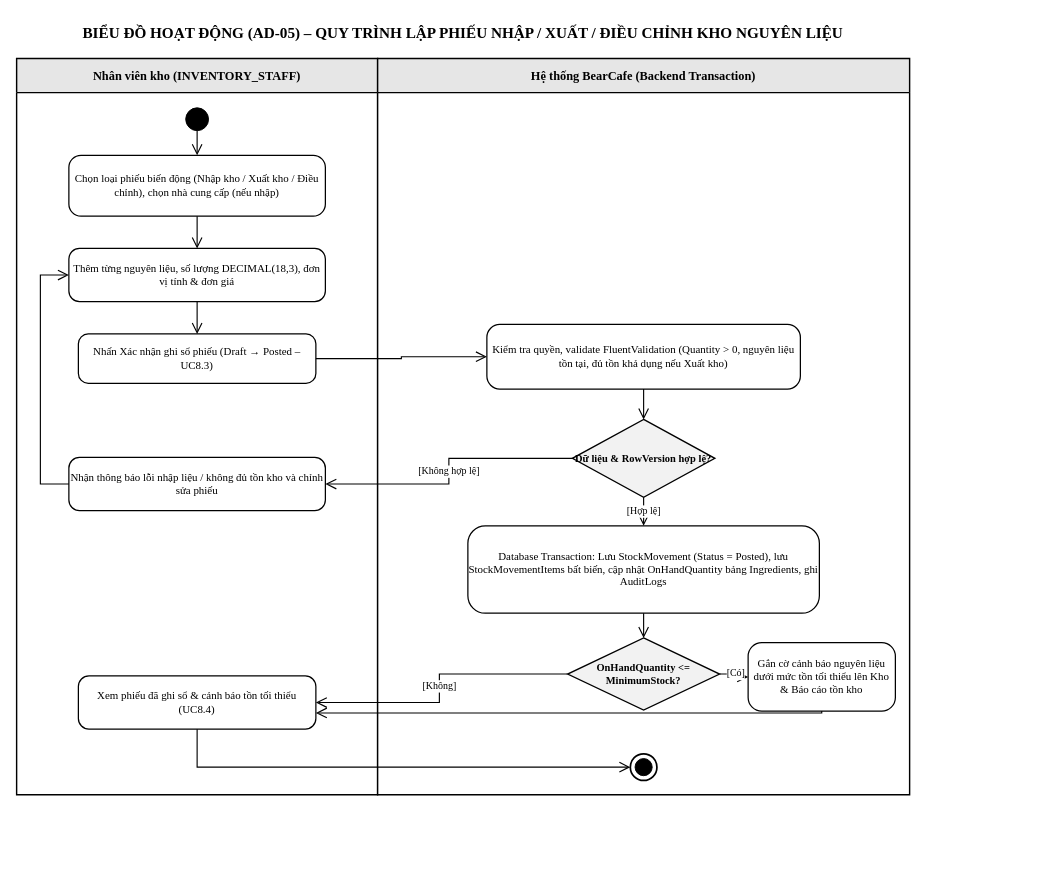
The draw.io diagram BaoCao_BearCafe/diagrams/30_Activity_NhapXuatKho.drawio in Storqh/CNPM, before the edit. Source tidied: cells renumbered, new cells numbered last; positions are measured from the earlier drawing's top-left corner, leaving out a move shared by most shapes. Both pictures are drawn from the tidied source at 95%, with x=0, y=0 at pixel (16, 16).
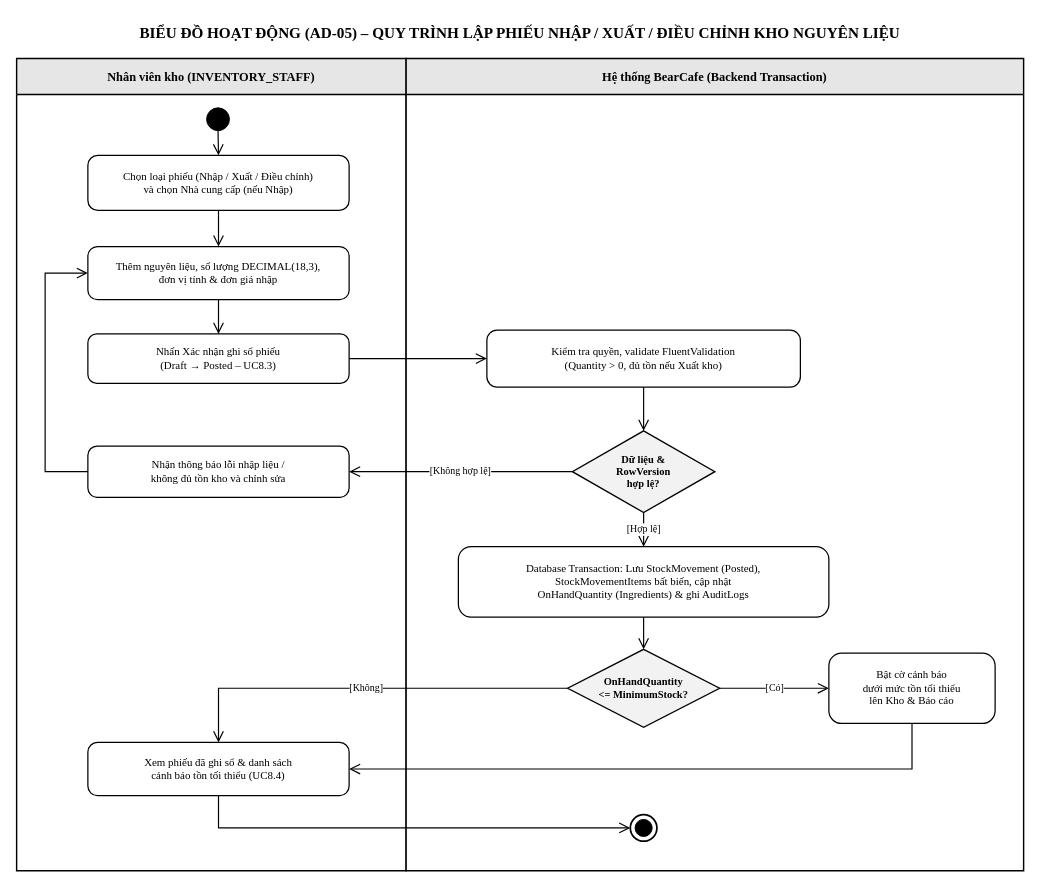
After the change.

What changed in the source:
```diff
@@
     <mxCell id="2" value="BIỂU ĐỒ HOẠT ĐỘNG (AD-05) – QUY TRÌNH LẬP PHIẾU NHẬP / XUẤT / ĐIỀU CHỈNH KHO NGUYÊN LIỆU" style="text;html=1;strokeColor=none;fillColor=none;align=center;verticalAlign=middle;whiteSpace=wrap;fontFamily=Times New Roman;fontSize=16;fontStyle=1;fontColor=#000000;" parent="1" vertex="1">
-      <mxGeometry width="940" height="34" as="geometry" />
+      <mxGeometry width="1060" height="34" as="geometry" />
     </mxCell>
-    <mxCell id="3" value="Nhân viên kho (INVENTORY_STAFF)" style="swimlane;horizontal=1;startSize=36;whiteSpace=wrap;html=1;fillColor=#E6E6E6;strokeColor=#000000;strokeWidth=1.5;fontFamily=Times New Roman;fontSize=13;fontStyle=1;fontColor=#000000;swimlaneFillColor=#FFFFFF;" parent="1" vertex="1">
-      <mxGeometry y="44" width="380" height="775" as="geometry" />
+    <mxCell id="3" value="Nhân viên kho (INVENTORY_STAFF)" style="swimlane;horizontal=1;startSize=38;whiteSpace=wrap;html=1;fillColor=#E6E6E6;strokeColor=#000000;strokeWidth=1.5;fontFamily=Times New Roman;fontSize=13;fontStyle=1;fontColor=#000000;swimlaneFillColor=#FFFFFF;" parent="1" vertex="1">
+      <mxGeometry y="44" width="410" height="855" as="geometry" />
     </mxCell>
-    <mxCell id="4" value="Hệ thống BearCafe (Backend Transaction)" style="swimlane;horizontal=1;startSize=36;whiteSpace=wrap;html=1;fillColor=#E6E6E6;strokeColor=#000000;strokeWidth=1.5;fontFamily=Times New Roman;fontSize=13;fontStyle=1;fontColor=#000000;swimlaneFillColor=#FFFFFF;" parent="1" vertex="1">
-      <mxGeometry x="380" y="44" width="560" height="775" as="geometry" />
+    <mxCell id="4" value="Hệ thống BearCafe (Backend Transaction)" style="swimlane;horizontal=1;startSize=38;whiteSpace=wrap;html=1;fillColor=#E6E6E6;strokeColor=#000000;strokeWidth=1.5;fontFamily=Times New Roman;fontSize=13;fontStyle=1;fontColor=#000000;swimlaneFillColor=#FFFFFF;" parent="1" vertex="1">
+      <mxGeometry x="410" y="44" width="650" height="855" as="geometry" />
     </mxCell>
     <mxCell id="5" style="ellipse;whiteSpace=wrap;html=1;fillColor=#000000;strokeColor=#000000;" parent="3" vertex="1">
-      <mxGeometry x="178" y="52" width="24" height="24" as="geometry" />
+      <mxGeometry x="200" y="52" width="24" height="24" as="geometry" />
     </mxCell>
-    <mxCell id="6" value="Chọn loại phiếu biến động (Nhập kho / Xuất kho / Điều chỉnh), chọn nhà cung cấp (nếu nhập)" style="rounded=1;arcSize=20;whiteSpace=wrap;html=1;fillColor=#FFFFFF;strokeColor=#000000;strokeWidth=1.3;fontFamily=Times New Roman;fontSize=11.5;fontColor=#000000;align=center;verticalAlign=middle;" parent="3" vertex="1">
-      <mxGeometry x="55" y="102" width="270" height="64" as="geometry" />
+    <mxCell id="6" value="Chọn loại phiếu (Nhập / Xuất / Điều chỉnh)&lt;br/&gt;và chọn Nhà cung cấp (nếu Nhập)" style="rounded=1;arcSize=18;whiteSpace=wrap;html=1;fillColor=#FFFFFF;strokeColor=#000000;strokeWidth=1.3;fontFamily=Times New Roman;fontSize=11.5;fontColor=#000000;align=center;verticalAlign=middle;spacing=5;" parent="3" vertex="1">
+      <mxGeometry x="75" y="102" width="275" height="58" as="geometry" />
     </mxCell>
-    <mxCell id="7" value="Thêm từng nguyên liệu, số lượng DECIMAL(18,3), đơn vị tính &amp; đơn giá" style="rounded=1;arcSize=20;whiteSpace=wrap;html=1;fillColor=#FFFFFF;strokeColor=#000000;strokeWidth=1.3;fontFamily=Times New Roman;fontSize=11.5;fontColor=#000000;align=center;verticalAlign=middle;" parent="3" vertex="1">
-      <mxGeometry x="55" y="200" width="270" height="56" as="geometry" />
+    <mxCell id="7" value="Thêm nguyên liệu, số lượng DECIMAL(18,3),&lt;br/&gt;đơn vị tính &amp;amp; đơn giá nhập" style="rounded=1;arcSize=18;whiteSpace=wrap;html=1;fillColor=#FFFFFF;strokeColor=#000000;strokeWidth=1.3;fontFamily=Times New Roman;fontSize=11.5;fontColor=#000000;align=center;verticalAlign=middle;spacing=5;" parent="3" vertex="1">
+      <mxGeometry x="75" y="198" width="275" height="56" as="geometry" />
     </mxCell>
-    <mxCell id="8" value="Nhấn Xác nhận ghi sổ phiếu (Draft → Posted – UC8.3)" style="rounded=1;arcSize=20;whiteSpace=wrap;html=1;fillColor=#FFFFFF;strokeColor=#000000;strokeWidth=1.3;fontFamily=Times New Roman;fontSize=11.5;fontColor=#000000;align=center;verticalAlign=middle;" parent="3" vertex="1">
-      <mxGeometry x="65" y="290" width="250" height="52" as="geometry" />
+    <mxCell id="8" value="Nhấn Xác nhận ghi sổ phiếu&lt;br/&gt;(Draft → Posted – UC8.3)" style="rounded=1;arcSize=18;whiteSpace=wrap;html=1;fillColor=#FFFFFF;strokeColor=#000000;strokeWidth=1.3;fontFamily=Times New Roman;fontSize=11.5;fontColor=#000000;align=center;verticalAlign=middle;spacing=5;" parent="3" vertex="1">
+      <mxGeometry x="75" y="290" width="275" height="52" as="geometry" />
     </mxCell>
-    <mxCell id="9" value="Nhận thông báo lỗi nhập liệu / không đủ tồn kho và chỉnh sửa phiếu" style="rounded=1;arcSize=20;whiteSpace=wrap;html=1;fillColor=#FFFFFF;strokeColor=#000000;strokeWidth=1.3;fontFamily=Times New Roman;fontSize=11.5;fontColor=#000000;align=center;verticalAlign=middle;" parent="3" vertex="1">
-      <mxGeometry x="55" y="420" width="270" height="56" as="geometry" />
+    <mxCell id="9" value="Nhận thông báo lỗi nhập liệu /&lt;br/&gt;không đủ tồn kho và chỉnh sửa" style="rounded=1;arcSize=18;whiteSpace=wrap;html=1;fillColor=#FFFFFF;strokeColor=#000000;strokeWidth=1.3;fontFamily=Times New Roman;fontSize=11.5;fontColor=#000000;align=center;verticalAlign=middle;spacing=5;" parent="3" vertex="1">
+      <mxGeometry x="75" y="408" width="275" height="54" as="geometry" />
     </mxCell>
-    <mxCell id="10" value="Xem phiếu đã ghi sổ &amp; cảnh báo tồn tối thiểu (UC8.4)" style="rounded=1;arcSize=20;whiteSpace=wrap;html=1;fillColor=#FFFFFF;strokeColor=#000000;strokeWidth=1.3;fontFamily=Times New Roman;fontSize=11.5;fontColor=#000000;align=center;verticalAlign=middle;" parent="3" vertex="1">
-      <mxGeometry x="65" y="650" width="250" height="56" as="geometry" />
+    <mxCell id="10" value="Xem phiếu đã ghi sổ &amp;amp; danh sách&lt;br/&gt;cảnh báo tồn tối thiểu (UC8.4)" style="rounded=1;arcSize=18;whiteSpace=wrap;html=1;fillColor=#FFFFFF;strokeColor=#000000;strokeWidth=1.3;fontFamily=Times New Roman;fontSize=11.5;fontColor=#000000;align=center;verticalAlign=middle;spacing=5;" parent="3" vertex="1">
+      <mxGeometry x="75" y="720" width="275" height="56" as="geometry" />
     </mxCell>
-    <mxCell id="11" value="Kiểm tra quyền, validate FluentValidation (Quantity &gt; 0, nguyên liệu tồn tại, đủ tồn khả dụng nếu Xuất kho)" style="rounded=1;arcSize=20;whiteSpace=wrap;html=1;fillColor=#FFFFFF;strokeColor=#000000;strokeWidth=1.3;fontFamily=Times New Roman;fontSize=11.5;fontColor=#000000;align=center;verticalAlign=middle;" parent="4" vertex="1">
-      <mxGeometry x="115" y="280" width="330" height="68" as="geometry" />
+    <mxCell id="11" value="Kiểm tra quyền, validate FluentValidation&lt;br/&gt;(Quantity &amp;gt; 0, đủ tồn nếu Xuất kho)" style="rounded=1;arcSize=18;whiteSpace=wrap;html=1;fillColor=#FFFFFF;strokeColor=#000000;strokeWidth=1.3;fontFamily=Times New Roman;fontSize=11.5;fontColor=#000000;align=center;verticalAlign=middle;spacing=5;" parent="4" vertex="1">
+      <mxGeometry x="85" y="286" width="330" height="60" as="geometry" />
     </mxCell>
-    <mxCell id="12" value="Dữ liệu &amp; RowVersion hợp lệ?" style="rhombus;whiteSpace=wrap;html=1;fillColor=#F2F2F2;strokeColor=#000000;strokeWidth=1.4;fontFamily=Times New Roman;fontSize=11;fontStyle=1;fontColor=#000000;align=center;verticalAlign=middle;" parent="4" vertex="1">
-      <mxGeometry x="205" y="380" width="150" height="82" as="geometry" />
+    <mxCell id="12" value="Dữ liệu &amp;amp;&lt;br/&gt;RowVersion&lt;br/&gt;hợp lệ?" style="rhombus;whiteSpace=wrap;html=1;fillColor=#F2F2F2;strokeColor=#000000;strokeWidth=1.4;fontFamily=Times New Roman;fontSize=11;fontStyle=1;fontColor=#000000;align=center;verticalAlign=middle;spacing=4;" parent="4" vertex="1">
+      <mxGeometry x="175" y="392" width="150" height="86" as="geometry" />
     </mxCell>
-    <mxCell id="13" value="Database Transaction: Lưu StockMovement (Status = Posted), lưu StockMovementItems bất biến, cập nhật OnHandQuantity bảng Ingredients, ghi AuditLogs" style="rounded=1;arcSize=20;whiteSpace=wrap;html=1;fillColor=#FFFFFF;strokeColor=#000000;strokeWidth=1.3;fontFamily=Times New Roman;fontSize=11.5;fontColor=#000000;align=center;verticalAlign=middle;" parent="4" vertex="1">
-      <mxGeometry x="95" y="492" width="370" height="92" as="geometry" />
+    <mxCell id="13" value="Database Transaction: Lưu StockMovement (Posted),&lt;br/&gt;StockMovementItems bất biến, cập nhật&lt;br/&gt;OnHandQuantity (Ingredients) &amp;amp; ghi AuditLogs" style="rounded=1;arcSize=18;whiteSpace=wrap;html=1;fillColor=#FFFFFF;strokeColor=#000000;strokeWidth=1.3;fontFamily=Times New Roman;fontSize=11.5;fontColor=#000000;align=center;verticalAlign=middle;spacing=5;" parent="4" vertex="1">
+      <mxGeometry x="55" y="514" width="390" height="74" as="geometry" />
     </mxCell>
-    <mxCell id="14" value="OnHandQuantity &amp;lt;= MinimumStock?" style="rhombus;whiteSpace=wrap;html=1;fillColor=#F2F2F2;strokeColor=#000000;strokeWidth=1.4;fontFamily=Times New Roman;fontSize=11;fontStyle=1;fontColor=#000000;align=center;verticalAlign=middle;" parent="4" vertex="1">
-      <mxGeometry x="200" y="610" width="160" height="76" as="geometry" />
+    <mxCell id="14" value="OnHandQuantity&lt;br/&gt;&amp;lt;= MinimumStock?" style="rhombus;whiteSpace=wrap;html=1;fillColor=#F2F2F2;strokeColor=#000000;strokeWidth=1.4;fontFamily=Times New Roman;fontSize=11;fontStyle=1;fontColor=#000000;align=center;verticalAlign=middle;spacing=4;" parent="4" vertex="1">
+      <mxGeometry x="170" y="622" width="160" height="82" as="geometry" />
     </mxCell>
-    <mxCell id="15" value="Gắn cờ cảnh báo nguyên liệu dưới mức tồn tối thiểu lên Kho &amp; Báo cáo tồn kho" style="rounded=1;arcSize=20;whiteSpace=wrap;html=1;fillColor=#FFFFFF;strokeColor=#000000;strokeWidth=1.3;fontFamily=Times New Roman;fontSize=11.5;fontColor=#000000;align=center;verticalAlign=middle;" parent="4" vertex="1">
-      <mxGeometry x="390" y="615" width="155" height="72" as="geometry" />
+    <mxCell id="15" value="Bật cờ cảnh báo&lt;br/&gt;dưới mức tồn tối thiểu&lt;br/&gt;lên Kho &amp;amp; Báo cáo" style="rounded=1;arcSize=18;whiteSpace=wrap;html=1;fillColor=#FFFFFF;strokeColor=#000000;strokeWidth=1.3;fontFamily=Times New Roman;fontSize=11.5;fontColor=#000000;align=center;verticalAlign=middle;spacing=5;" parent="4" vertex="1">
+      <mxGeometry x="445" y="626" width="175" height="74" as="geometry" />
     </mxCell>
     <mxCell id="16" style="ellipse;whiteSpace=wrap;html=1;fillColor=#FFFFFF;strokeColor=#000000;strokeWidth=1.8;" parent="4" vertex="1">
-      <mxGeometry x="266" y="732" width="28" height="28" as="geometry" />
+      <mxGeometry x="236" y="796" width="28" height="28" as="geometry" />
     </mxCell>
     <mxCell id="17" style="ellipse;whiteSpace=wrap;html=1;fillColor=#000000;strokeColor=#000000;" parent="4" vertex="1">
-      <mxGeometry x="271" y="737" width="18" height="18" as="geometry" />
+      <mxGeometry x="241" y="801" width="18" height="18" as="geometry" />
     </mxCell>
-    <mxCell id="18" style="edgeStyle=orthogonalEdgeStyle;rounded=0;jettySize=auto;html=1;endArrow=open;endSize=9;strokeColor=#000000;strokeWidth=1.2;fontFamily=Times New Roman;fontSize=10.5;fontColor=#000000;labelBackgroundColor=#FFFFFF;" parent="1" edge="1" source="5" target="6">
+    <mxCell id="18" style="edgeStyle=orthogonalEdgeStyle;rounded=0;jettySize=auto;html=1;endArrow=open;endSize=9;strokeColor=#000000;strokeWidth=1.25;fontFamily=Times New Roman;fontSize=10.5;fontColor=#000000;labelBackgroundColor=#FFFFFF;exitX=0.5;exitY=1;entryX=0.5;entryY=0;" parent="1" edge="1" source="5" target="6">
       <mxGeometry relative="1" as="geometry" />
     </mxCell>
-    <mxCell id="19" style="edgeStyle=orthogonalEdgeStyle;rounded=0;jettySize=auto;html=1;endArrow=open;endSize=9;strokeColor=#000000;strokeWidth=1.2;fontFamily=Times New Roman;fontSize=10.5;fontColor=#000000;labelBackgroundColor=#FFFFFF;" parent="1" edge="1" source="6" target="7">
+    <mxCell id="19" style="edgeStyle=orthogonalEdgeStyle;rounded=0;jettySize=auto;html=1;endArrow=open;endSize=9;strokeColor=#000000;strokeWidth=1.25;fontFamily=Times New Roman;fontSize=10.5;fontColor=#000000;labelBackgroundColor=#FFFFFF;exitX=0.5;exitY=1;entryX=0.5;entryY=0;" parent="1" edge="1" source="6" target="7">
       <mxGeometry relative="1" as="geometry" />
     </mxCell>
-    <mxCell id="20" style="edgeStyle=orthogonalEdgeStyle;rounded=0;jettySize=auto;html=1;endArrow=open;endSize=9;strokeColor=#000000;strokeWidth=1.2;fontFamily=Times New Roman;fontSize=10.5;fontColor=#000000;labelBackgroundColor=#FFFFFF;" parent="1" edge="1" source="7" target="8">
+    <mxCell id="20" style="edgeStyle=orthogonalEdgeStyle;rounded=0;jettySize=auto;html=1;endArrow=open;endSize=9;strokeColor=#000000;strokeWidth=1.25;fontFamily=Times New Roman;fontSize=10.5;fontColor=#000000;labelBackgroundColor=#FFFFFF;exitX=0.5;exitY=1;entryX=0.5;entryY=0;" parent="1" edge="1" source="7" target="8">
       <mxGeometry relative="1" as="geometry" />
     </mxCell>
-    <mxCell id="21" style="edgeStyle=orthogonalEdgeStyle;rounded=0;jettySize=auto;html=1;endArrow=open;endSize=9;strokeColor=#000000;strokeWidth=1.2;fontFamily=Times New Roman;fontSize=10.5;fontColor=#000000;labelBackgroundColor=#FFFFFF;" parent="1" edge="1" source="8" target="11">
+    <mxCell id="21" style="edgeStyle=orthogonalEdgeStyle;rounded=0;jettySize=auto;html=1;endArrow=open;endSize=9;strokeColor=#000000;strokeWidth=1.25;fontFamily=Times New Roman;fontSize=10.5;fontColor=#000000;labelBackgroundColor=#FFFFFF;exitX=1;exitY=0.5;entryX=0;entryY=0.5;" parent="1" edge="1" source="8" target="11">
       <mxGeometry relative="1" as="geometry" />
     </mxCell>
-    <mxCell id="22" style="edgeStyle=orthogonalEdgeStyle;rounded=0;jettySize=auto;html=1;endArrow=open;endSize=9;strokeColor=#000000;strokeWidth=1.2;fontFamily=Times New Roman;fontSize=10.5;fontColor=#000000;labelBackgroundColor=#FFFFFF;" parent="1" edge="1" source="11" target="12">
+    <mxCell id="22" style="edgeStyle=orthogonalEdgeStyle;rounded=0;jettySize=auto;html=1;endArrow=open;endSize=9;strokeColor=#000000;strokeWidth=1.25;fontFamily=Times New Roman;fontSize=10.5;fontColor=#000000;labelBackgroundColor=#FFFFFF;exitX=0.5;exitY=1;entryX=0.5;entryY=0;" parent="1" edge="1" source="11" target="12">
       <mxGeometry relative="1" as="geometry" />
     </mxCell>
-    <mxCell id="23" value="[Không hợp lệ]" style="edgeStyle=orthogonalEdgeStyle;rounded=0;jettySize=auto;html=1;endArrow=open;endSize=9;strokeColor=#000000;strokeWidth=1.2;fontFamily=Times New Roman;fontSize=10.5;fontColor=#000000;labelBackgroundColor=#FFFFFF;" parent="1" edge="1" source="12" target="9">
+    <mxCell id="23" value="[Không hợp lệ]" style="edgeStyle=orthogonalEdgeStyle;rounded=0;jettySize=auto;html=1;endArrow=open;endSize=9;strokeColor=#000000;strokeWidth=1.25;fontFamily=Times New Roman;fontSize=10.5;fontColor=#000000;labelBackgroundColor=#FFFFFF;exitX=0;exitY=0.5;entryX=1;entryY=0.5;" parent="1" edge="1" source="12" target="9">
       <mxGeometry relative="1" as="geometry" />
     </mxCell>
-    <mxCell id="24" style="edgeStyle=orthogonalEdgeStyle;rounded=0;jettySize=auto;html=1;endArrow=open;endSize=9;strokeColor=#000000;strokeWidth=1.2;fontFamily=Times New Roman;fontSize=10.5;fontColor=#000000;labelBackgroundColor=#FFFFFF;" parent="1" edge="1" source="9" target="7">
+    <mxCell id="24" style="edgeStyle=orthogonalEdgeStyle;rounded=0;jettySize=auto;html=1;endArrow=open;endSize=9;strokeColor=#000000;strokeWidth=1.25;fontFamily=Times New Roman;fontSize=10.5;fontColor=#000000;labelBackgroundColor=#FFFFFF;exitX=0;exitY=0.5;entryX=0;entryY=0.5;" parent="1" edge="1" source="9" target="7">
       <mxGeometry relative="1" as="geometry">
         <Array as="points">
-          <mxPoint x="25" y="492" />
-          <mxPoint x="25" y="272" />
+          <mxPoint x="30" y="479" />
+          <mxPoint x="30" y="270" />
         </Array>
       </mxGeometry>
     </mxCell>
-    <mxCell id="25" value="[Hợp lệ]" style="edgeStyle=orthogonalEdgeStyle;rounded=0;jettySize=auto;html=1;endArrow=open;endSize=9;strokeColor=#000000;strokeWidth=1.2;fontFamily=Times New Roman;fontSize=10.5;fontColor=#000000;labelBackgroundColor=#FFFFFF;" parent="1" edge="1" source="12" target="13">
+    <mxCell id="25" value="[Hợp lệ]" style="edgeStyle=orthogonalEdgeStyle;rounded=0;jettySize=auto;html=1;endArrow=open;endSize=9;strokeColor=#000000;strokeWidth=1.25;fontFamily=Times New Roman;fontSize=10.5;fontColor=#000000;labelBackgroundColor=#FFFFFF;exitX=0.5;exitY=1;entryX=0.5;entryY=0;" parent="1" edge="1" source="12" target="13">
       <mxGeometry relative="1" as="geometry" />
     </mxCell>
-    <mxCell id="26" style="edgeStyle=orthogonalEdgeStyle;rounded=0;jettySize=auto;html=1;endArrow=open;endSize=9;strokeColor=#000000;strokeWidth=1.2;fontFamily=Times New Roman;fontSize=10.5;fontColor=#000000;labelBackgroundColor=#FFFFFF;" parent="1" edge="1" source="13" target="14">
+    <mxCell id="26" style="edgeStyle=orthogonalEdgeStyle;rounded=0;jettySize=auto;html=1;endArrow=open;endSize=9;strokeColor=#000000;strokeWidth=1.25;fontFamily=Times New Roman;fontSize=10.5;fontColor=#000000;labelBackgroundColor=#FFFFFF;exitX=0.5;exitY=1;entryX=0.5;entryY=0;" parent="1" edge="1" source="13" target="14">
       <mxGeometry relative="1" as="geometry" />
     </mxCell>
-    <mxCell id="27" value="[Có]" style="edgeStyle=orthogonalEdgeStyle;rounded=0;jettySize=auto;html=1;endArrow=open;endSize=9;strokeColor=#000000;strokeWidth=1.2;fontFamily=Times New Roman;fontSize=10.5;fontColor=#000000;labelBackgroundColor=#FFFFFF;" parent="1" edge="1" source="14" target="15">
+    <mxCell id="27" value="[Có]" style="edgeStyle=orthogonalEdgeStyle;rounded=0;jettySize=auto;html=1;endArrow=open;endSize=9;strokeColor=#000000;strokeWidth=1.25;fontFamily=Times New Roman;fontSize=10.5;fontColor=#000000;labelBackgroundColor=#FFFFFF;exitX=1;exitY=0.5;entryX=0;entryY=0.5;" parent="1" edge="1" source="14" target="15">
       <mxGeometry relative="1" as="geometry" />
     </mxCell>
-    <mxCell id="28" style="edgeStyle=orthogonalEdgeStyle;rounded=0;jettySize=auto;html=1;endArrow=open;endSize=9;strokeColor=#000000;strokeWidth=1.2;fontFamily=Times New Roman;fontSize=10.5;fontColor=#000000;labelBackgroundColor=#FFFFFF;" parent="1" edge="1" source="15" target="10">
+    <mxCell id="28" style="edgeStyle=orthogonalEdgeStyle;rounded=0;jettySize=auto;html=1;endArrow=open;endSize=9;strokeColor=#000000;strokeWidth=1.25;fontFamily=Times New Roman;fontSize=10.5;fontColor=#000000;labelBackgroundColor=#FFFFFF;exitX=0.5;exitY=1;entryX=1;entryY=0.5;" parent="1" edge="1" source="15" target="10">
       <mxGeometry relative="1" as="geometry">
         <Array as="points">
-          <mxPoint x="847" y="733" />
-          <mxPoint x="190" y="733" />
+          <mxPoint x="943" y="792" />
         </Array>
       </mxGeometry>
     </mxCell>
-    <mxCell id="29" value="[Không]" style="edgeStyle=orthogonalEdgeStyle;rounded=0;jettySize=auto;html=1;endArrow=open;endSize=9;strokeColor=#000000;strokeWidth=1.2;fontFamily=Times New Roman;fontSize=10.5;fontColor=#000000;labelBackgroundColor=#FFFFFF;" parent="1" edge="1" source="14" target="10">
+    <mxCell id="29" value="[Không]" style="edgeStyle=orthogonalEdgeStyle;rounded=0;jettySize=auto;html=1;endArrow=open;endSize=9;strokeColor=#000000;strokeWidth=1.25;fontFamily=Times New Roman;fontSize=10.5;fontColor=#000000;labelBackgroundColor=#FFFFFF;exitX=0;exitY=0.5;entryX=0.5;entryY=0;" parent="1" edge="1" source="14" target="10">
       <mxGeometry relative="1" as="geometry">
         <Array as="points">
-          <mxPoint x="445" y="692" />
+          <mxPoint x="213" y="707" />
         </Array>
       </mxGeometry>
     </mxCell>
-    <mxCell id="30" style="edgeStyle=orthogonalEdgeStyle;rounded=0;jettySize=auto;html=1;endArrow=open;endSize=9;strokeColor=#000000;strokeWidth=1.2;fontFamily=Times New Roman;fontSize=10.5;fontColor=#000000;labelBackgroundColor=#FFFFFF;" parent="1" edge="1" source="10" target="16">
+    <mxCell id="30" style="edgeStyle=orthogonalEdgeStyle;rounded=0;jettySize=auto;html=1;endArrow=open;endSize=9;strokeColor=#000000;strokeWidth=1.25;fontFamily=Times New Roman;fontSize=10.5;fontColor=#000000;labelBackgroundColor=#FFFFFF;exitX=0.5;exitY=1;entryX=0;entryY=0.5;" parent="1" edge="1" source="10" target="16">
       <mxGeometry relative="1" as="geometry">
         <Array as="points">
-          <mxPoint x="190" y="790" />
+          <mxPoint x="213" y="854" />
         </Array>
       </mxGeometry>
     </mxCell>
```
